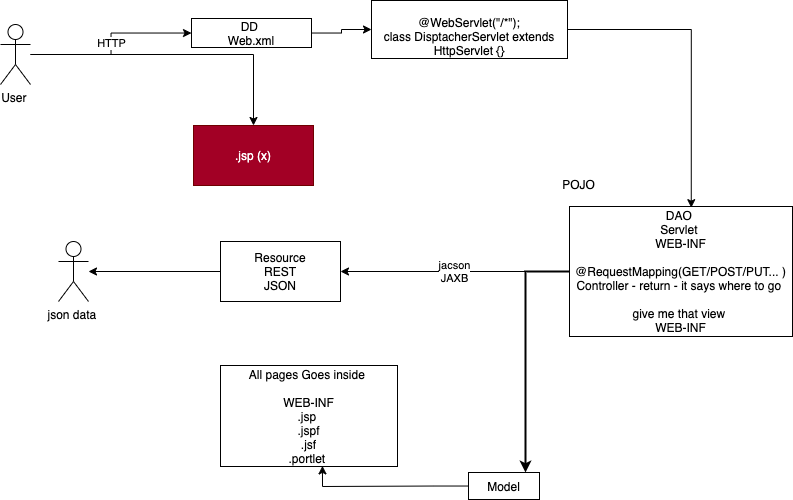
Before: images/spring-mvc.drawio.png, a diagram exported from draw.io (adithnaveen/sapient-freshers-2021-jun-asde). Source tidied: cells renumbered, new cells last; positions are measured from the earlier drawing's top-left corner, leaving out a move shared by most shapes. Its diagram source:
```xml
<mxGraphModel>
  <root>
    <mxCell id="0" />
    <mxCell id="1" parent="0" />
    <mxCell id="2" value="HTTP" style="edgeStyle=orthogonalEdgeStyle;rounded=0;jettySize=auto;html=1;" parent="1" edge="1" source="4" target="6">
      <mxGeometry relative="1" as="geometry" />
    </mxCell>
    <mxCell id="3" style="edgeStyle=orthogonalEdgeStyle;rounded=0;jettySize=auto;html=1;" parent="1" edge="1" source="4" target="13">
      <mxGeometry relative="1" as="geometry" />
    </mxCell>
    <mxCell id="4" value="User&amp;nbsp;" style="shape=umlActor;verticalLabelPosition=bottom;verticalAlign=top;html=1;outlineConnect=0;" parent="1" vertex="1">
      <mxGeometry y="24" width="30" height="60" as="geometry" />
    </mxCell>
    <mxCell id="5" style="edgeStyle=orthogonalEdgeStyle;rounded=0;jettySize=auto;html=1;" parent="1" edge="1" source="6" target="8">
      <mxGeometry relative="1" as="geometry" />
    </mxCell>
    <mxCell id="6" value="DD&amp;nbsp;&lt;br&gt;Web.xml&lt;br&gt;" style="rounded=0;whiteSpace=wrap;html=1;" parent="1" vertex="1">
      <mxGeometry x="191" y="18" width="120" height="29" as="geometry" />
    </mxCell>
    <mxCell id="7" style="edgeStyle=orthogonalEdgeStyle;rounded=0;jettySize=auto;html=1;entryX=0.546;entryY=0.009;entryDx=0;entryDy=0;entryPerimeter=0;" parent="1" edge="1" source="8" target="12">
      <mxGeometry relative="1" as="geometry" />
    </mxCell>
    <mxCell id="8" value="&lt;br&gt;@WebServlet(&quot;/*&quot;);&lt;br&gt;class DisptacherServlet extends HttpServlet {}" style="rounded=0;whiteSpace=wrap;html=1;" parent="1" vertex="1">
      <mxGeometry x="371" width="196" height="58" as="geometry" />
    </mxCell>
    <mxCell id="9" value="POJO" style="text;html=1;align=center;verticalAlign=middle;strokeColor=none;" parent="1" vertex="1">
      <mxGeometry x="557" y="175" width="42" height="17" as="geometry" />
    </mxCell>
    <mxCell id="10" style="edgeStyle=orthogonalEdgeStyle;rounded=0;jettySize=auto;html=1;entryX=0.803;entryY=0.002;entryDx=0;entryDy=0;entryPerimeter=0;strokeWidth=2;" parent="1" edge="1" source="12" target="16">
      <mxGeometry relative="1" as="geometry" />
    </mxCell>
    <mxCell id="11" value="jacson&lt;br&gt;JAXB" style="edgeStyle=orthogonalEdgeStyle;rounded=0;jettySize=auto;html=1;" parent="1" edge="1" source="12" target="18">
      <mxGeometry relative="1" as="geometry" />
    </mxCell>
    <mxCell id="12" value="DAO&amp;nbsp;&lt;br&gt;Servlet&amp;nbsp;&lt;br&gt;WEB-INF&lt;br&gt;&lt;br&gt;@RequestMapping(GET/POST/PUT... )&lt;br&gt;Controller - return - it says where to go&amp;nbsp;&lt;br&gt;&lt;br&gt;give me that view&amp;nbsp;&lt;br&gt;WEB-INF" style="whiteSpace=wrap;html=1;" parent="1" vertex="1">
      <mxGeometry x="569" y="206" width="223" height="130" as="geometry" />
    </mxCell>
    <mxCell id="13" value=".jsp (x)" style="rounded=0;whiteSpace=wrap;html=1;fillColor=#a20025;strokeColor=#6F0000;fontColor=#ffffff;" parent="1" vertex="1">
      <mxGeometry x="193" y="125" width="120" height="60" as="geometry" />
    </mxCell>
    <mxCell id="14" value="All pages Goes inside &lt;br&gt;&lt;br&gt;WEB-INF&lt;br&gt;.jsp&amp;nbsp;&lt;br&gt;.jspf&lt;br&gt;.jsf&lt;br&gt;.portlet&amp;nbsp;" style="rounded=0;whiteSpace=wrap;html=1;" parent="1" vertex="1">
      <mxGeometry x="220" y="365" width="177" height="101" as="geometry" />
    </mxCell>
    <mxCell id="15" style="edgeStyle=orthogonalEdgeStyle;rounded=0;jettySize=auto;html=1;entryX=0.576;entryY=0.994;entryDx=0;entryDy=0;entryPerimeter=0;" parent="1" edge="1" source="16" target="14">
      <mxGeometry relative="1" as="geometry" />
    </mxCell>
    <mxCell id="16" value="Model" style="rounded=0;whiteSpace=wrap;html=1;" parent="1" vertex="1">
      <mxGeometry x="468" y="472" width="71" height="27" as="geometry" />
    </mxCell>
    <mxCell id="17" style="edgeStyle=orthogonalEdgeStyle;rounded=0;jettySize=auto;html=1;" parent="1" edge="1" source="18" target="19">
      <mxGeometry relative="1" as="geometry" />
    </mxCell>
    <mxCell id="18" value="Resource&lt;br&gt;REST&lt;br&gt;JSON" style="rounded=0;whiteSpace=wrap;html=1;" parent="1" vertex="1">
      <mxGeometry x="220" y="241" width="120" height="60" as="geometry" />
    </mxCell>
    <mxCell id="19" value="json data&amp;nbsp;" style="shape=umlActor;verticalLabelPosition=bottom;verticalAlign=top;html=1;outlineConnect=0;" parent="1" vertex="1">
      <mxGeometry x="58" y="241" width="30" height="60" as="geometry" />
    </mxCell>
  </root>
</mxGraphModel>
```
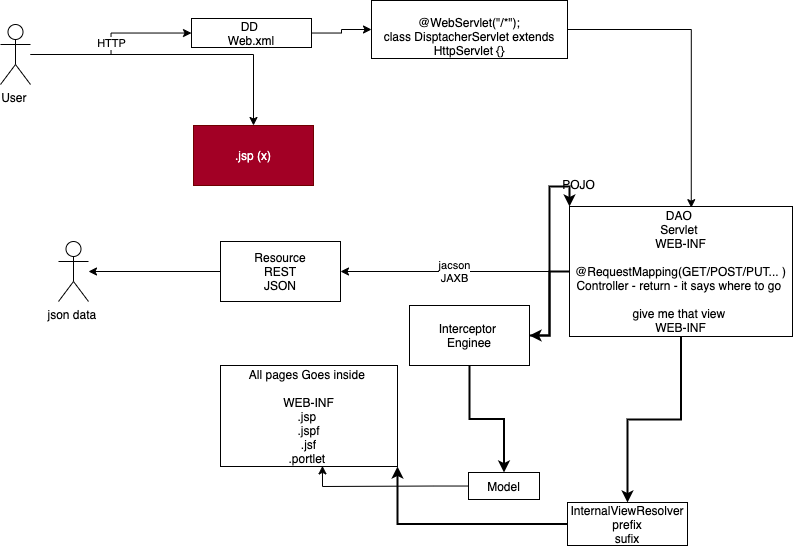
After the commit.

Commit message:
for spring mvc

What changed in the source:
```diff
@@ -26,12 +26,15 @@
     <mxCell id="9" value="POJO" style="text;html=1;align=center;verticalAlign=middle;strokeColor=none;" parent="1" vertex="1">
       <mxGeometry x="557" y="175" width="42" height="17" as="geometry" />
     </mxCell>
-    <mxCell id="10" style="edgeStyle=orthogonalEdgeStyle;rounded=0;jettySize=auto;html=1;entryX=0.803;entryY=0.002;entryDx=0;entryDy=0;entryPerimeter=0;strokeWidth=2;" parent="1" edge="1" source="12" target="16">
-      <mxGeometry relative="1" as="geometry" />
-    </mxCell>
     <mxCell id="11" value="jacson&lt;br&gt;JAXB" style="edgeStyle=orthogonalEdgeStyle;rounded=0;jettySize=auto;html=1;" parent="1" edge="1" source="12" target="18">
       <mxGeometry relative="1" as="geometry" />
     </mxCell>
+    <mxCell id="20" style="edgeStyle=orthogonalEdgeStyle;rounded=0;jettySize=auto;html=1;strokeWidth=2;" parent="1" edge="1" source="12" target="24">
+      <mxGeometry relative="1" as="geometry" />
+    </mxCell>
+    <mxCell id="21" style="edgeStyle=orthogonalEdgeStyle;rounded=0;jettySize=auto;html=1;strokeWidth=2;" parent="1" edge="1" source="12" target="26">
+      <mxGeometry relative="1" as="geometry" />
+    </mxCell>
     <mxCell id="12" value="DAO&amp;nbsp;&lt;br&gt;Servlet&amp;nbsp;&lt;br&gt;WEB-INF&lt;br&gt;&lt;br&gt;@RequestMapping(GET/POST/PUT... )&lt;br&gt;Controller - return - it says where to go&amp;nbsp;&lt;br&gt;&lt;br&gt;give me that view&amp;nbsp;&lt;br&gt;WEB-INF" style="whiteSpace=wrap;html=1;" parent="1" vertex="1">
       <mxGeometry x="569" y="206" width="223" height="130" as="geometry" />
     </mxCell>
@@ -56,5 +59,20 @@
     <mxCell id="19" value="json data&amp;nbsp;" style="shape=umlActor;verticalLabelPosition=bottom;verticalAlign=top;html=1;outlineConnect=0;" parent="1" vertex="1">
       <mxGeometry x="58" y="241" width="30" height="60" as="geometry" />
     </mxCell>
+    <mxCell id="22" style="edgeStyle=orthogonalEdgeStyle;rounded=0;jettySize=auto;html=1;strokeWidth=2;" parent="1" edge="1" source="24" target="16">
+      <mxGeometry relative="1" as="geometry" />
+    </mxCell>
+    <mxCell id="23" style="edgeStyle=orthogonalEdgeStyle;rounded=0;jettySize=auto;html=1;entryX=0;entryY=0;entryDx=0;entryDy=0;strokeWidth=2;" parent="1" edge="1" source="24" target="12">
+      <mxGeometry relative="1" as="geometry" />
+    </mxCell>
+    <mxCell id="24" value="Interceptor&amp;nbsp;&lt;br&gt;Enginee" style="rounded=0;whiteSpace=wrap;html=1;" parent="1" vertex="1">
+      <mxGeometry x="409" y="305" width="120" height="60" as="geometry" />
+    </mxCell>
+    <mxCell id="25" style="edgeStyle=orthogonalEdgeStyle;rounded=0;jettySize=auto;html=1;entryX=1;entryY=1;entryDx=0;entryDy=0;strokeWidth=2;" parent="1" edge="1" source="26" target="14">
+      <mxGeometry relative="1" as="geometry" />
+    </mxCell>
+    <mxCell id="26" value="InternalViewResolver&lt;br&gt;prefix&lt;br&gt;sufix" style="rounded=0;whiteSpace=wrap;html=1;" parent="1" vertex="1">
+      <mxGeometry x="567" y="502" width="120" height="43" as="geometry" />
+    </mxCell>
   </root>
 </mxGraphModel>
```
